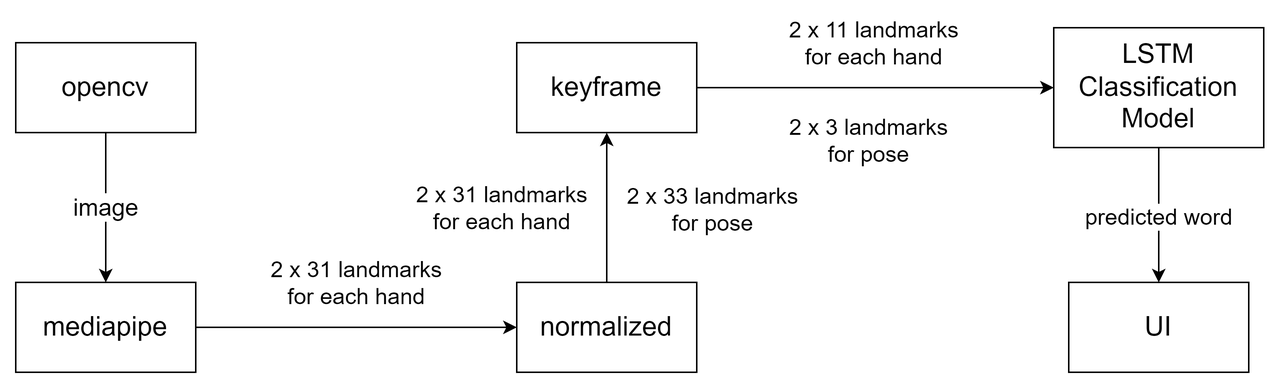
This is resources/readme/workflow_diagram.png from SirawitN/CV2022-2_Term_Project, a draw.io export, as it was before one commit. Source tidied: cells renumbered, new cells last; positions are measured from the earlier drawing's top-left corner, leaving out a move shared by most shapes.
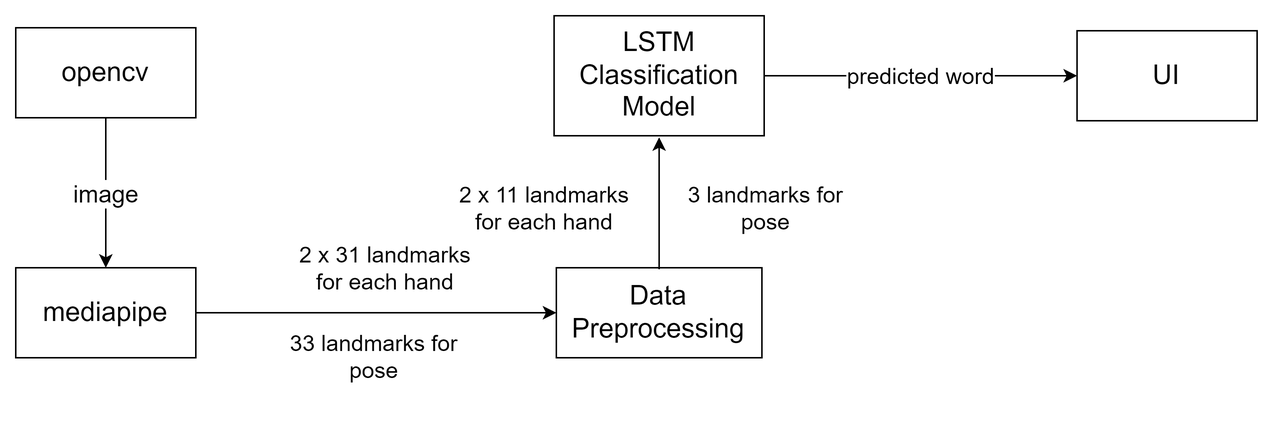
After the commit.

The edit, as a diff of the source:
```diff
@@ -8,38 +8,35 @@
     <mxCell id="3" value="&lt;font style=&quot;font-size: 18px;&quot;&gt;mediapipe&lt;/font&gt;" style="rounded=0;whiteSpace=wrap;html=1;" parent="1" vertex="1">
       <mxGeometry y="170" width="120" height="60" as="geometry" />
     </mxCell>
-    <mxCell id="4" value="&lt;font style=&quot;font-size: 18px;&quot;&gt;keyframe&lt;/font&gt;" style="rounded=0;whiteSpace=wrap;html=1;" parent="1" vertex="1">
-      <mxGeometry x="334" y="10" width="120" height="60" as="geometry" />
+    <mxCell id="4" value="&lt;span style=&quot;font-size: 18px;&quot;&gt;Data Preprocessing&lt;/span&gt;" style="rounded=0;whiteSpace=wrap;html=1;" parent="1" vertex="1">
+      <mxGeometry x="360.2" y="170" width="137" height="60" as="geometry" />
     </mxCell>
-    <mxCell id="5" value="&lt;font style=&quot;font-size: 18px;&quot;&gt;normalized&lt;/font&gt;" style="rounded=0;whiteSpace=wrap;html=1;" parent="1" vertex="1">
-      <mxGeometry x="334" y="170" width="120" height="60" as="geometry" />
+    <mxCell id="5" value="&lt;font style=&quot;font-size: 18px;&quot;&gt;LSTM Classification Model&lt;/font&gt;" style="rounded=0;whiteSpace=wrap;html=1;" parent="1" vertex="1">
+      <mxGeometry x="358.8" y="2" width="140" height="80" as="geometry" />
     </mxCell>
-    <mxCell id="6" value="&lt;font style=&quot;font-size: 18px;&quot;&gt;LSTM Classification Model&lt;/font&gt;" style="rounded=0;whiteSpace=wrap;html=1;" parent="1" vertex="1">
-      <mxGeometry x="692" width="140" height="80" as="geometry" />
+    <mxCell id="6" value="&lt;span style=&quot;font-size: 18px;&quot;&gt;UI&lt;/span&gt;" style="rounded=0;whiteSpace=wrap;html=1;" parent="1" vertex="1">
+      <mxGeometry x="707.2" y="12" width="120" height="60" as="geometry" />
     </mxCell>
-    <mxCell id="7" value="&lt;span style=&quot;font-size: 18px;&quot;&gt;UI&lt;/span&gt;" style="rounded=0;whiteSpace=wrap;html=1;" parent="1" vertex="1">
-      <mxGeometry x="702" y="170" width="120" height="60" as="geometry" />
+    <mxCell id="7" value="&lt;font style=&quot;font-size: 16px;&quot;&gt;image&lt;/font&gt;" style="endArrow=classic;html=1;rounded=0;exitX=0.5;exitY=1;exitDx=0;exitDy=0;entryX=0.5;entryY=0;entryDx=0;entryDy=0;" parent="1" edge="1" source="2" target="3">
+      <mxGeometry relative="1" as="geometry" />
     </mxCell>
-    <mxCell id="8" value="&lt;font style=&quot;font-size: 16px;&quot;&gt;image&lt;/font&gt;" style="endArrow=classic;html=1;rounded=0;exitX=0.5;exitY=1;exitDx=0;exitDy=0;entryX=0.5;entryY=0;entryDx=0;entryDy=0;" parent="1" edge="1" source="2" target="3">
-      <mxGeometry relative="1" as="geometry" />
+    <mxCell id="8" value="&lt;font style=&quot;font-size: 15px;&quot;&gt;2 x 31 landmarks &lt;br&gt;for each hand&lt;/font&gt;" style="endArrow=classic;html=1;rounded=0;exitX=1;exitY=0.5;exitDx=0;exitDy=0;entryX=0;entryY=0.5;entryDx=0;entryDy=0;" parent="1" edge="1" source="3" target="4">
+      <mxGeometry x="0.05" y="30" relative="1" as="geometry" />
     </mxCell>
-    <mxCell id="9" value="&lt;font style=&quot;font-size: 15px;&quot;&gt;2 x 31 landmarks &lt;br&gt;for each hand&lt;/font&gt;" style="endArrow=classic;html=1;rounded=0;exitX=1;exitY=0.5;exitDx=0;exitDy=0;entryX=0;entryY=0.5;entryDx=0;entryDy=0;" parent="1" edge="1" source="3" target="5">
-      <mxGeometry y="30" relative="1" as="geometry" />
+    <mxCell id="9" value="&lt;font style=&quot;font-size: 15px;&quot;&gt;2 x 11 landmarks&lt;br style=&quot;border-color: var(--border-color);&quot;&gt;for each hand&lt;/font&gt;" style="endArrow=classic;html=1;rounded=0;exitX=0.5;exitY=0;exitDx=0;exitDy=0;entryX=0.5;entryY=1;entryDx=0;entryDy=0;" parent="1" edge="1">
+      <mxGeometry x="-0.07" y="77" relative="1" as="geometry">
+        <mxPoint x="428.8" y="171" as="sourcePoint" />
+        <mxPoint x="428.8" y="83" as="targetPoint" />
+      </mxGeometry>
     </mxCell>
-    <mxCell id="10" value="&lt;font style=&quot;font-size: 15px;&quot;&gt;2 x 31 landmarks&lt;br style=&quot;border-color: var(--border-color);&quot;&gt;for each hand&lt;/font&gt;" style="endArrow=classic;html=1;rounded=0;entryX=0.5;entryY=1;entryDx=0;entryDy=0;exitX=0.5;exitY=0;exitDx=0;exitDy=0;" parent="1" edge="1" source="5" target="4">
-      <mxGeometry y="70" relative="1" as="geometry" />
+    <mxCell id="10" value="&lt;font style=&quot;font-size: 15px;&quot;&gt;predicted word&lt;/font&gt;" style="endArrow=classic;html=1;rounded=0;exitX=1;exitY=0.5;exitDx=0;exitDy=0;entryX=0;entryY=0.5;entryDx=0;entryDy=0;" parent="1" edge="1" source="5" target="6">
+      <mxGeometry relative="1" as="geometry" />
     </mxCell>
-    <mxCell id="11" value="&lt;font style=&quot;font-size: 15px;&quot;&gt;2 x 11 landmarks&lt;br style=&quot;border-color: var(--border-color);&quot;&gt;for each hand&lt;/font&gt;" style="endArrow=classic;html=1;rounded=0;exitX=1;exitY=0.5;exitDx=0;exitDy=0;entryX=0;entryY=0.5;entryDx=0;entryDy=0;" parent="1" edge="1" source="4" target="6">
-      <mxGeometry x="-0.01" y="30" relative="1" as="geometry" />
+    <mxCell id="11" value="&lt;font style=&quot;font-size: 15px;&quot;&gt;33 landmarks for pose&lt;/font&gt;" style="text;html=1;strokeColor=none;fillColor=none;align=center;verticalAlign=middle;whiteSpace=wrap;rounded=0;" parent="1" vertex="1">
+      <mxGeometry x="179.3" y="194" width="120" height="70" as="geometry" />
     </mxCell>
-    <mxCell id="12" value="&lt;font style=&quot;font-size: 15px;&quot;&gt;predicted word&lt;/font&gt;" style="endArrow=classic;html=1;rounded=0;exitX=0.5;exitY=1;exitDx=0;exitDy=0;entryX=0.5;entryY=0;entryDx=0;entryDy=0;" parent="1" edge="1" source="6" target="7">
-      <mxGeometry relative="1" as="geometry" />
+    <mxCell id="12" value="&lt;font style=&quot;font-size: 15px;&quot;&gt;3 landmarks for pose&lt;/font&gt;" style="text;html=1;strokeColor=none;fillColor=none;align=center;verticalAlign=middle;whiteSpace=wrap;rounded=0;" parent="1" vertex="1">
+      <mxGeometry x="439.6" y="95" width="120" height="70" as="geometry" />
     </mxCell>
-    <mxCell id="13" value="&lt;font style=&quot;font-size: 15px;&quot;&gt;2 x 33 landmarks for pose&lt;/font&gt;" style="text;html=1;strokeColor=none;fillColor=none;align=center;verticalAlign=middle;whiteSpace=wrap;rounded=0;" parent="1" vertex="1">
-      <mxGeometry x="405" y="86" width="120" height="70" as="geometry" />
-    </mxCell>
-    <mxCell id="14" value="&lt;font style=&quot;font-size: 15px;&quot;&gt;2 x 3 landmarks for pose&lt;/font&gt;" style="text;html=1;strokeColor=none;fillColor=none;align=center;verticalAlign=middle;whiteSpace=wrap;rounded=0;" parent="1" vertex="1">
-      <mxGeometry x="508.9" y="40" width="120" height="70" as="geometry" />
-    </mxCell>
   </root>
 </mxGraphModel>
```
